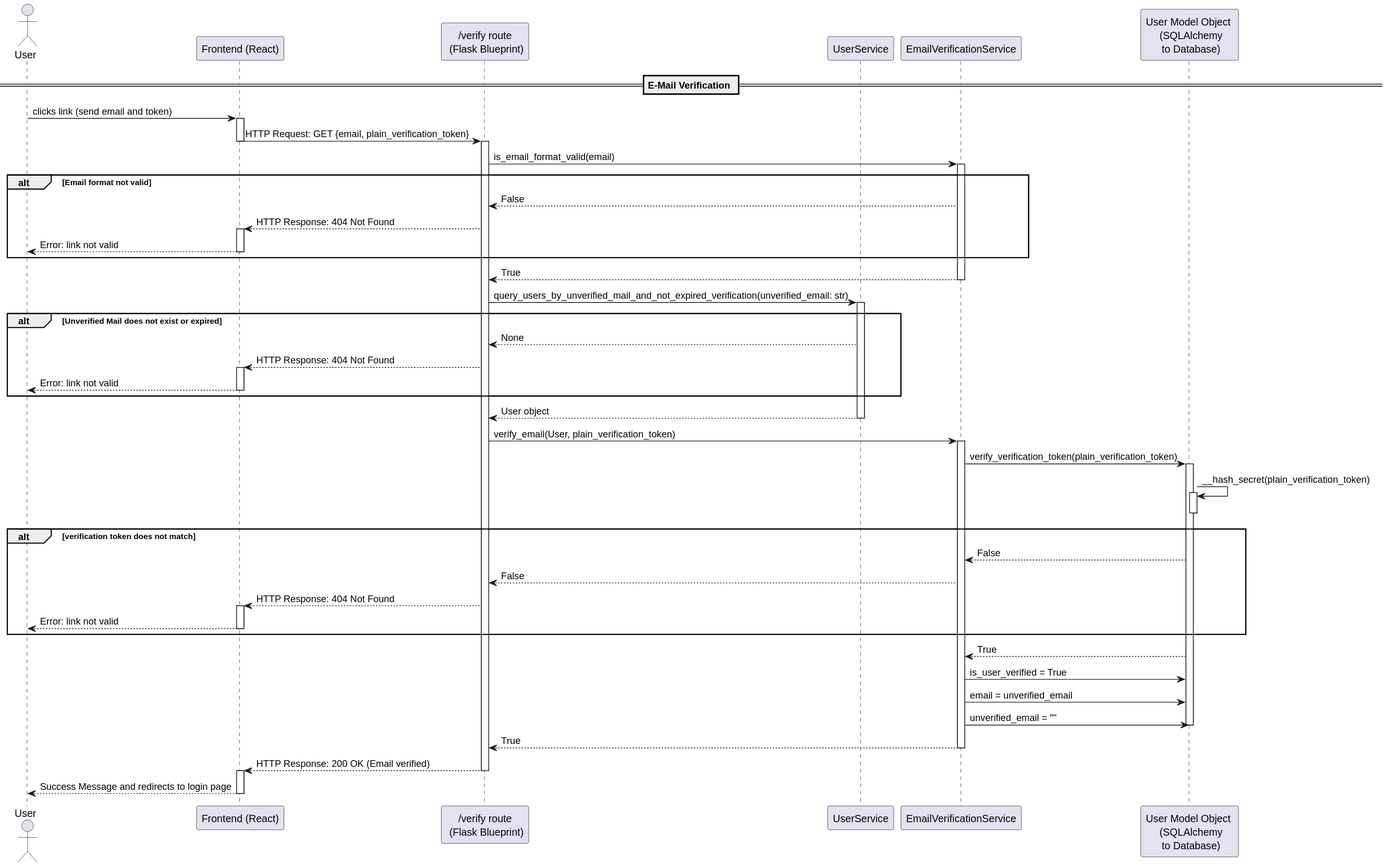
dominikoetiker/TheMentalLoadHub keeps this PlantUML diagram as docs/diagrams/uml/sequence/email-verification-0.svg. Above is the earlier version.
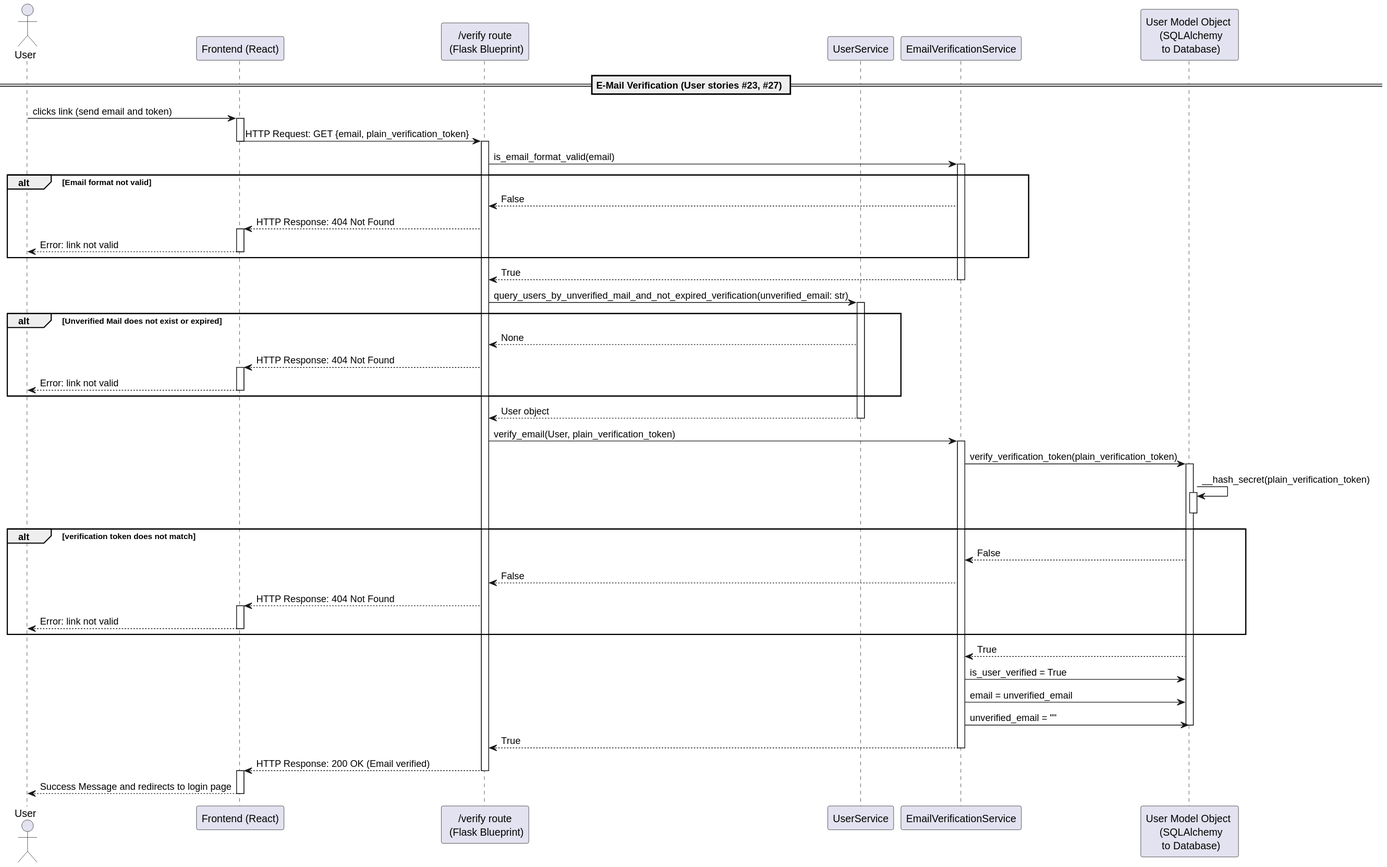
Above is the later version.

Commit message:
Update email verification diagrams with user story references

Added references to user stories #23 and #27 in the sequence diagram title. This provides clearer context for the diagram's purpose and aligns it with project documentation standards. No functional changes were made to the diagram's flow.

Diff of the diagram source:
```diff
@@ -6,7 +6,7 @@
 participant "EmailVerificationService" as ES
 participant "User Model Object \n (SQLAlchemy\n to Database)" as UM
 
-== E-Mail Verification ==
+== E-Mail Verification (User stories #23, #27) ==
 AppUser -> FE : clicks link (send email and token)
 activate FE
 FE -> VR : HTTP Request: GET {email, plain_verification_token}
```
